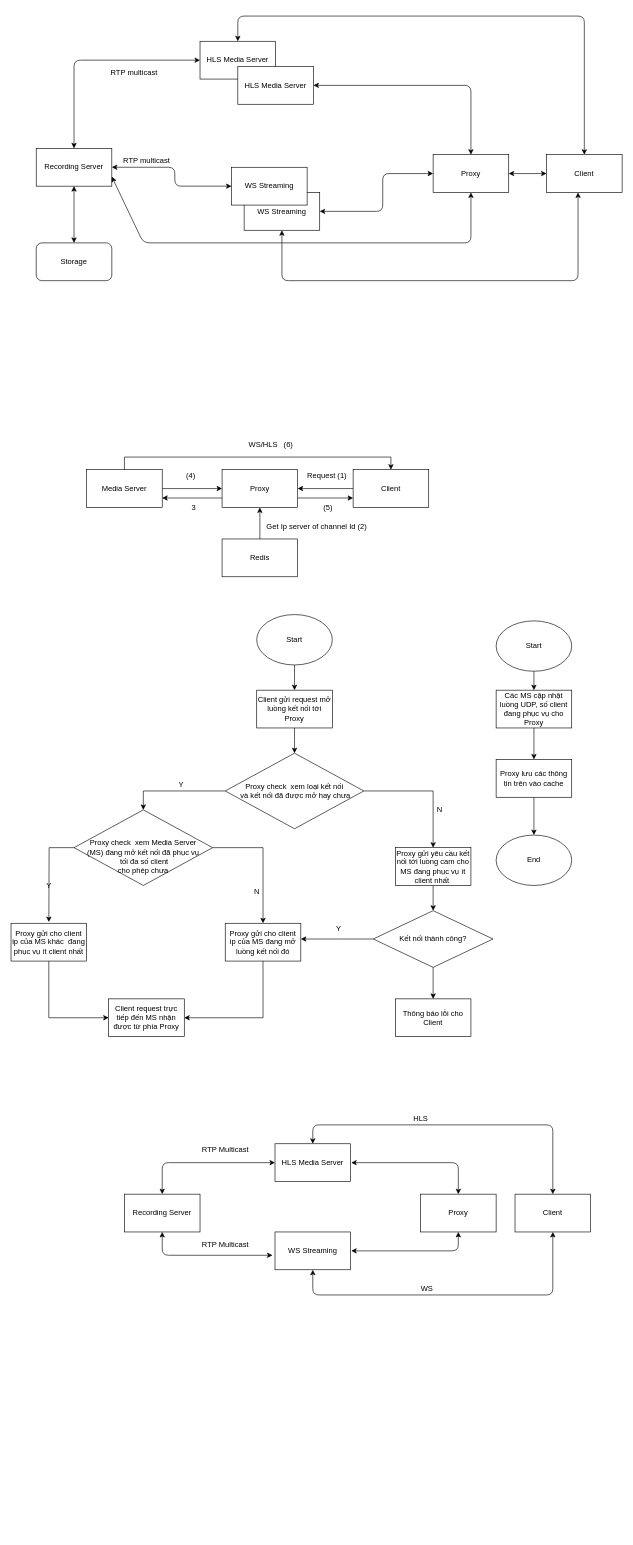
The draw.io diagram Untitled Diagram.drawio in Trananh95/ML_basic, before the edit. Source tidied: cells renumbered, new cells numbered last; positions are measured from the earlier drawing's top-left corner, leaving out a move shared by most shapes. Both pictures are drawn from the tidied source at 63%, with x=0, y=0 at pixel (11, 16).
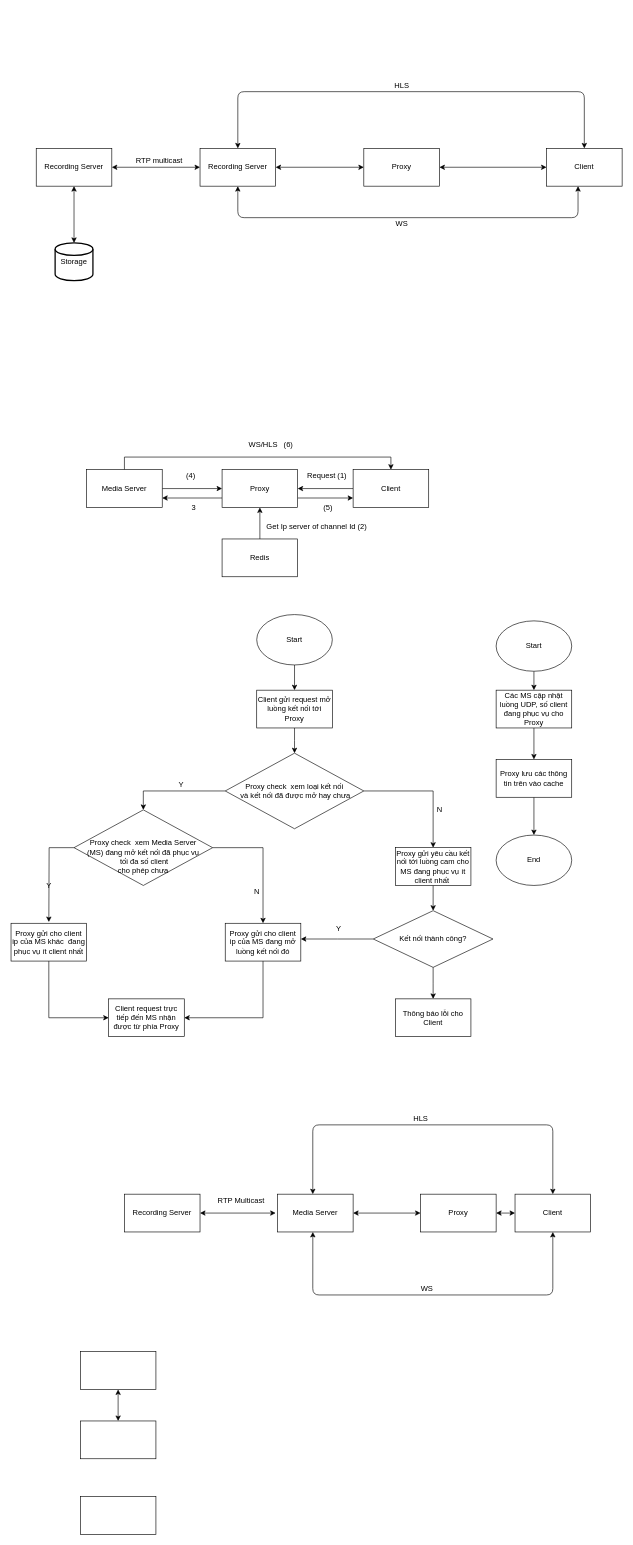
After the change.

Unchanged cells that the change refers to:
```xml
<mxCell id="2" value="Recording Server" style="rounded=0;whiteSpace=wrap;html=1;" parent="1" vertex="1">
  <mxGeometry x="40" y="210" width="120" height="60" as="geometry" />
</mxCell>
<mxCell id="68" value="Recording Server" style="rounded=0;whiteSpace=wrap;html=1;" parent="1" vertex="1">
  <mxGeometry x="180" y="1870" width="120" height="60" as="geometry" />
</mxCell>
<mxCell id="70" value="Proxy" style="rounded=0;whiteSpace=wrap;html=1;" parent="1" vertex="1">
  <mxGeometry x="650" y="1870" width="120" height="60" as="geometry" />
</mxCell>
<mxCell id="71" value="Client" style="rounded=0;whiteSpace=wrap;html=1;" parent="1" vertex="1">
  <mxGeometry x="800" y="1870" width="120" height="60" as="geometry" />
</mxCell>
```

What changed in the source:
```diff
@@
-    <mxCell id="3" value="HLS Media Server" style="rounded=0;whiteSpace=wrap;html=1;" parent="1" vertex="1">
-      <mxGeometry x="300" y="40" width="120" height="60" as="geometry" />
-    </mxCell>
-    <mxCell id="4" value="HLS Media Server" style="rounded=0;whiteSpace=wrap;html=1;" parent="1" vertex="1">
-      <mxGeometry x="360" y="80" width="120" height="60" as="geometry" />
-    </mxCell>
-    <mxCell id="5" value="&lt;span&gt;WS Streaming&lt;/span&gt;" style="rounded=0;whiteSpace=wrap;html=1;" parent="1" vertex="1">
-      <mxGeometry x="370" y="280" width="120" height="60" as="geometry" />
-    </mxCell>
-    <mxCell id="6" value="&lt;span&gt;WS Streaming&lt;/span&gt;" style="rounded=0;whiteSpace=wrap;html=1;" parent="1" vertex="1">
-      <mxGeometry x="350" y="240" width="120" height="60" as="geometry" />
-    </mxCell>
     <mxCell id="7" value="&lt;span&gt;Proxy&lt;/span&gt;" style="rounded=0;whiteSpace=wrap;html=1;" parent="1" vertex="1">
-      <mxGeometry x="670" y="220" width="120" height="60" as="geometry" />
+      <mxGeometry x="560" y="210" width="120" height="60" as="geometry" />
     </mxCell>
     <mxCell id="8" value="Client" style="rounded=0;whiteSpace=wrap;html=1;" parent="1" vertex="1">
-      <mxGeometry x="850" y="220" width="120" height="60" as="geometry" />
+      <mxGeometry x="850" y="210" width="120" height="60" as="geometry" />
     </mxCell>
@@
-    <mxCell id="23" style="endArrow=classic;startArrow=classic;html=1;exitX=0.5;exitY=0;exitDx=0;exitDy=0;entryX=0;entryY=0.5;entryDx=0;entryDy=0;" parent="1" edge="1" source="2" target="3">
-      <mxGeometry relative="1" as="geometry">
-        <Array as="points">
-          <mxPoint x="100" y="70" />
-        </Array>
-      </mxGeometry>
-    </mxCell>
-    <mxCell id="24" style="endArrow=classic;startArrow=classic;html=1;exitX=0;exitY=0.5;exitDx=0;exitDy=0;entryX=1;entryY=0.5;entryDx=0;entryDy=0;" parent="1" edge="1" source="6" target="2">
-      <mxGeometry relative="1" as="geometry">
-        <Array as="points">
-          <mxPoint x="260" y="270" />
-          <mxPoint x="260" y="240" />
-        </Array>
-      </mxGeometry>
-    </mxCell>
-    <mxCell id="25" style="endArrow=classic;startArrow=classic;html=1;exitX=1;exitY=0.5;exitDx=0;exitDy=0;entryX=0.5;entryY=0;entryDx=0;entryDy=0;" parent="1" edge="1" source="4" target="7">
-      <mxGeometry relative="1" as="geometry">
-        <Array as="points">
-          <mxPoint x="730" y="110" />
-        </Array>
-      </mxGeometry>
-    </mxCell>
-    <mxCell id="26" style="endArrow=classic;startArrow=classic;html=1;exitX=1;exitY=0.5;exitDx=0;exitDy=0;entryX=0;entryY=0.5;entryDx=0;entryDy=0;" parent="1" edge="1" source="5" target="7">
-      <mxGeometry relative="1" as="geometry">
-        <Array as="points">
-          <mxPoint x="590" y="310" />
-          <mxPoint x="590" y="250" />
-        </Array>
-      </mxGeometry>
-    </mxCell>
@@
-    <mxCell id="28" value="Storage" style="rounded=1;whiteSpace=wrap;html=1;" parent="1" vertex="1">
-      <mxGeometry x="40" y="360" width="120" height="60" as="geometry" />
-    </mxCell>
     <mxCell id="29" value="RTP multicast" style="text;html=1;align=center;verticalAlign=middle;strokeColor=none;" parent="1" vertex="1">
-      <mxGeometry x="150" y="80" width="90" height="20" as="geometry" />
+      <mxGeometry x="190" y="220" width="90" height="20" as="geometry" />
     </mxCell>
-    <mxCell id="30" value="RTP multicast" style="text;html=1;align=center;verticalAlign=middle;strokeColor=none;" parent="1" vertex="1">
-      <mxGeometry x="170" y="220" width="90" height="20" as="geometry" />
-    </mxCell>
@@
-    <mxCell id="67" value="HLS Media Server" style="rounded=0;whiteSpace=wrap;html=1;" parent="1" vertex="1">
-      <mxGeometry x="419" y="1790" width="120" height="60" as="geometry" />
-    </mxCell>
@@
-    <mxCell id="69" value="&lt;span&gt;WS Streaming&lt;/span&gt;" style="rounded=0;whiteSpace=wrap;html=1;" parent="1" vertex="1">
-      <mxGeometry x="419" y="1930" width="120" height="60" as="geometry" />
-    </mxCell>
@@
-    <mxCell id="72" style="endArrow=classic;startArrow=classic;html=1;exitX=0.5;exitY=0;exitDx=0;exitDy=0;entryX=0;entryY=0.5;entryDx=0;entryDy=0;" parent="1" edge="1" source="68" target="67">
-      <mxGeometry relative="1" as="geometry">
-        <Array as="points">
-          <mxPoint x="240" y="1820" />
-        </Array>
-      </mxGeometry>
-    </mxCell>
-    <mxCell id="73" style="endArrow=classic;startArrow=classic;html=1;exitX=0.5;exitY=1;exitDx=0;exitDy=0;entryX=-0.033;entryY=0.617;entryDx=0;entryDy=0;entryPerimeter=0;" parent="1" edge="1" source="68" target="69">
-      <mxGeometry relative="1" as="geometry">
-        <Array as="points">
-          <mxPoint x="240" y="1967" />
-        </Array>
-      </mxGeometry>
-    </mxCell>
-    <mxCell id="74" style="endArrow=classic;startArrow=classic;html=1;entryX=0.5;entryY=0;entryDx=0;entryDy=0;" parent="1" edge="1" target="70">
-      <mxGeometry relative="1" as="geometry">
-        <mxPoint x="540" y="1820" as="sourcePoint" />
-        <Array as="points">
-          <mxPoint x="710" y="1820" />
-        </Array>
-      </mxGeometry>
-    </mxCell>
-    <mxCell id="75" style="endArrow=classic;startArrow=classic;html=1;entryX=0.5;entryY=1;entryDx=0;entryDy=0;" parent="1" edge="1" target="70">
-      <mxGeometry relative="1" as="geometry">
-        <mxPoint x="540" y="1960" as="sourcePoint" />
-        <Array as="points">
-          <mxPoint x="710" y="1960" />
-        </Array>
-      </mxGeometry>
-    </mxCell>
-    <mxCell id="76" style="endArrow=classic;startArrow=classic;html=1;exitX=0.5;exitY=0;exitDx=0;exitDy=0;entryX=0.5;entryY=0;entryDx=0;entryDy=0;" parent="1" edge="1" source="67" target="71">
+    <mxCell id="76" style="endArrow=classic;startArrow=classic;html=1;entryX=0.5;entryY=0;entryDx=0;entryDy=0;" parent="1" edge="1" target="71">
       <mxGeometry relative="1" as="geometry">
+        <mxPoint x="479" y="1870" as="sourcePoint" />
         <Array as="points">
           <mxPoint x="479" y="1760" />
           <mxPoint x="860" y="1760" />
         </Array>
       </mxGeometry>
     </mxCell>
-    <mxCell id="77" style="endArrow=classic;startArrow=classic;html=1;exitX=0.5;exitY=1;exitDx=0;exitDy=0;entryX=0.5;entryY=1;entryDx=0;entryDy=0;" parent="1" edge="1" source="69" target="71">
+    <mxCell id="77" style="endArrow=classic;startArrow=classic;html=1;exitX=0.467;exitY=1;exitDx=0;exitDy=0;entryX=0.5;entryY=1;entryDx=0;entryDy=0;exitPerimeter=0;" parent="1" edge="1" source="90" target="71">
       <mxGeometry relative="1" as="geometry">
         <Array as="points">
           <mxPoint x="479" y="2030" />
           <mxPoint x="860" y="2030" />
         </Array>
       </mxGeometry>
     </mxCell>
@@
     <mxCell id="80" value="RTP Multicast" style="text;html=1;align=center;verticalAlign=middle;strokeColor=none;" parent="1" vertex="1">
-      <mxGeometry x="295" y="1790" width="90" height="20" as="geometry" />
+      <mxGeometry x="320" y="1870" width="90" height="20" as="geometry" />
     </mxCell>
-    <mxCell id="81" value="RTP Multicast" style="text;html=1;align=center;verticalAlign=middle;strokeColor=none;" parent="1" vertex="1">
-      <mxGeometry x="295" y="1940" width="90" height="20" as="geometry" />
-    </mxCell>
-    <mxCell id="82" style="endArrow=classic;startArrow=classic;html=1;entryX=0.5;entryY=1;entryDx=0;entryDy=0;exitX=0.5;exitY=0;exitDx=0;exitDy=0;" parent="1" edge="1" source="28" target="2">
-      <mxGeometry relative="1" as="geometry" />
+    <mxCell id="82" style="endArrow=classic;startArrow=classic;html=1;entryX=0.5;entryY=1;entryDx=0;entryDy=0;exitX=0.5;exitY=0;exitDx=0;exitDy=0;" parent="1" edge="1" target="2">
+      <mxGeometry relative="1" as="geometry">
+        <mxPoint x="100" y="360" as="sourcePoint" />
+      </mxGeometry>
     </mxCell>
-    <mxCell id="83" style="endArrow=classic;startArrow=classic;html=1;exitX=1;exitY=0.75;exitDx=0;exitDy=0;entryX=0.5;entryY=1;entryDx=0;entryDy=0;" parent="1" edge="1" source="2" target="7">
-      <mxGeometry relative="1" as="geometry">
-        <Array as="points">
-          <mxPoint x="210" y="360" />
-          <mxPoint x="730" y="360" />
-        </Array>
-      </mxGeometry>
-    </mxCell>
-    <mxCell id="84" style="endArrow=classic;startArrow=classic;html=1;exitX=0.5;exitY=0;exitDx=0;exitDy=0;entryX=0.5;entryY=0;entryDx=0;entryDy=0;" parent="1" edge="1" source="3" target="8">
+    <mxCell id="84" style="endArrow=classic;startArrow=classic;html=1;exitX=0.5;exitY=0;exitDx=0;exitDy=0;entryX=0.5;entryY=0;entryDx=0;entryDy=0;" parent="1" edge="1" source="94" target="8">
       <mxGeometry relative="1" as="geometry">
         <Array as="points">
-          <mxPoint x="360" />
-          <mxPoint x="910" />
+          <mxPoint x="360" y="120" />
+          <mxPoint x="910" y="120" />
         </Array>
       </mxGeometry>
     </mxCell>
-    <mxCell id="85" style="endArrow=classic;startArrow=classic;html=1;exitX=0.5;exitY=1;exitDx=0;exitDy=0;entryX=0.417;entryY=1;entryDx=0;entryDy=0;entryPerimeter=0;" parent="1" edge="1" source="5" target="8">
+    <mxCell id="85" style="endArrow=classic;startArrow=classic;html=1;exitX=0.5;exitY=1;exitDx=0;exitDy=0;entryX=0.417;entryY=1;entryDx=0;entryDy=0;entryPerimeter=0;" parent="1" edge="1" source="94" target="8">
       <mxGeometry relative="1" as="geometry">
         <Array as="points">
-          <mxPoint x="430" y="420" />
-          <mxPoint x="900" y="420" />
+          <mxPoint x="360" y="320" />
+          <mxPoint x="900" y="320" />
         </Array>
       </mxGeometry>
     </mxCell>
+    <mxCell id="86" style="rounded=0;whiteSpace=wrap;html=1;" parent="1" vertex="1">
+      <mxGeometry x="110" y="2120" width="120" height="60" as="geometry" />
+    </mxCell>
+    <mxCell id="87" style="rounded=0;whiteSpace=wrap;html=1;" parent="1" vertex="1">
+      <mxGeometry x="110" y="2230" width="120" height="60" as="geometry" />
+    </mxCell>
+    <mxCell id="88" style="rounded=0;whiteSpace=wrap;html=1;" parent="1" vertex="1">
+      <mxGeometry x="110" y="2350" width="120" height="60" as="geometry" />
+    </mxCell>
+    <mxCell id="89" style="endArrow=classic;startArrow=classic;html=1;entryX=0.5;entryY=1;entryDx=0;entryDy=0;exitX=0.5;exitY=0;exitDx=0;exitDy=0;" parent="1" edge="1" source="87" target="86">
+      <mxGeometry relative="1" as="geometry" />
+    </mxCell>
+    <mxCell id="90" value="Media Server" style="rounded=0;whiteSpace=wrap;html=1;" parent="1" vertex="1">
+      <mxGeometry x="423" y="1870" width="120" height="60" as="geometry" />
+    </mxCell>
+    <mxCell id="91" style="endArrow=classic;startArrow=classic;html=1;exitX=1;exitY=0.5;exitDx=0;exitDy=0;" parent="1" edge="1" source="68">
+      <mxGeometry relative="1" as="geometry">
+        <mxPoint x="420" y="1900" as="targetPoint" />
+      </mxGeometry>
+    </mxCell>
+    <mxCell id="92" style="endArrow=classic;startArrow=classic;html=1;entryX=0;entryY=0.5;entryDx=0;entryDy=0;exitX=1;exitY=0.5;exitDx=0;exitDy=0;" parent="1" edge="1" source="90" target="70">
+      <mxGeometry relative="1" as="geometry" />
+    </mxCell>
+    <mxCell id="93" style="endArrow=classic;startArrow=classic;html=1;entryX=0;entryY=0.5;entryDx=0;entryDy=0;" parent="1" edge="1" target="71">
+      <mxGeometry relative="1" as="geometry">
+        <mxPoint x="770" y="1900" as="sourcePoint" />
+      </mxGeometry>
+    </mxCell>
+    <mxCell id="94" value="Recording Server" style="rounded=0;whiteSpace=wrap;html=1;" parent="1" vertex="1">
+      <mxGeometry x="300" y="210" width="120" height="60" as="geometry" />
+    </mxCell>
+    <mxCell id="95" style="endArrow=classic;startArrow=classic;html=1;entryX=0;entryY=0.5;entryDx=0;entryDy=0;" parent="1" edge="1" target="94">
+      <mxGeometry relative="1" as="geometry">
+        <mxPoint x="160" y="240" as="sourcePoint" />
+      </mxGeometry>
+    </mxCell>
+    <mxCell id="96" style="endArrow=classic;startArrow=classic;html=1;entryX=0;entryY=0.5;entryDx=0;entryDy=0;" parent="1" edge="1" source="94" target="7">
+      <mxGeometry relative="1" as="geometry" />
+    </mxCell>
+    <mxCell id="28" value="Storage" style="strokeWidth=2;html=1;shape=mxgraph.flowchart.database;whiteSpace=wrap;" parent="1" vertex="1">
+      <mxGeometry x="70" y="360" width="60" height="60" as="geometry" />
+    </mxCell>
+    <mxCell id="97" value="HLS" style="text;html=1;align=center;verticalAlign=middle;strokeColor=none;" parent="1" vertex="1">
+      <mxGeometry x="600" y="100" width="40" height="20" as="geometry" />
+    </mxCell>
+    <mxCell id="98" value="WS" style="text;html=1;align=center;verticalAlign=middle;strokeColor=none;" parent="1" vertex="1">
+      <mxGeometry x="605" y="320" width="30" height="20" as="geometry" />
+    </mxCell>
```
